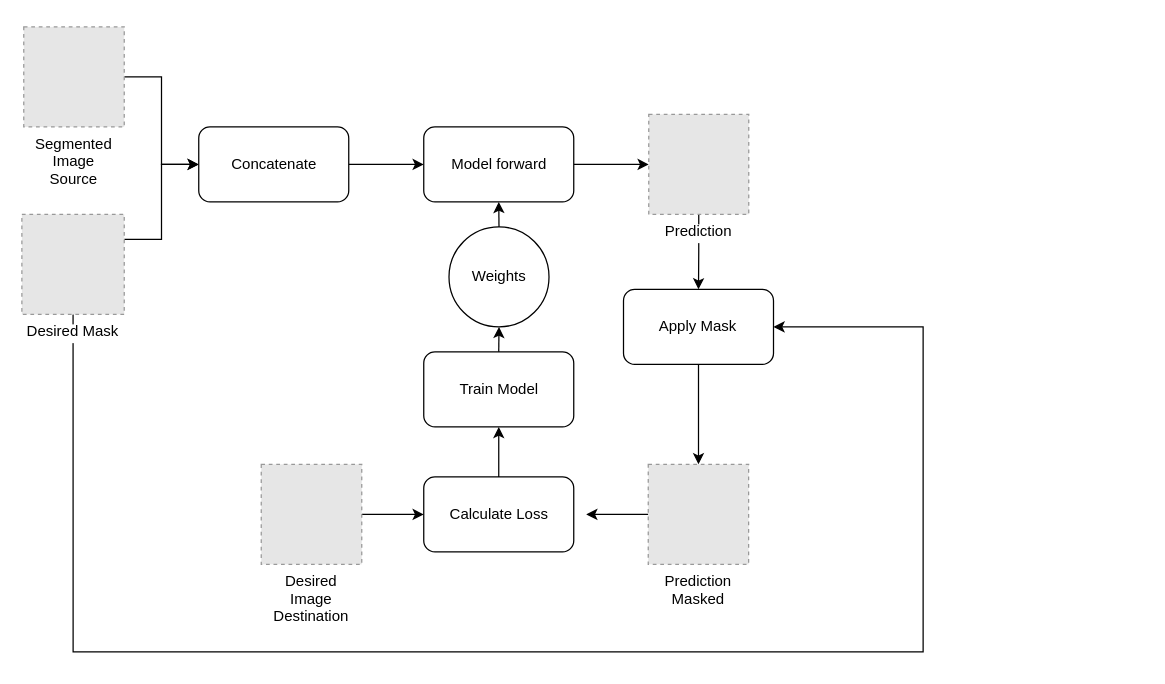
Before: page "Loss_with_mask" (1 of 3) of docs/drawings/technical_drawings.drawio in aidl-upc-2024-clothes-extractor/clothes-extractor, a draw.io diagram. Source tidied: cells renumbered, new cells numbered last; positions are measured from the earlier drawing's top-left corner, leaving out a move shared by most shapes. Both pictures are drawn from the tidied source at 125%, with x=0, y=0 at pixel (21, 26). Pictures stored in the file or linked from it are replaced by grey dashed boxes.
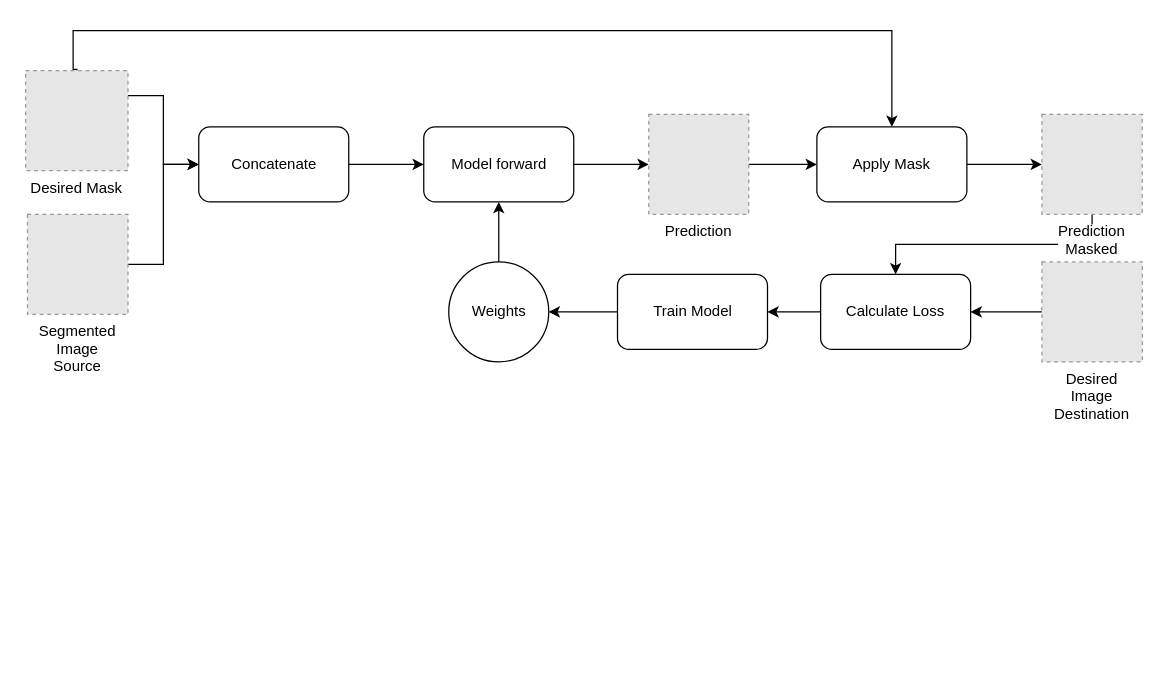
The same diagram, later.

Unchanged cells that the change refers to:
```xml
<mxCell id="8" value="Concatenate" style="rounded=1;whiteSpace=wrap;html=1;" parent="1" vertex="1">
  <mxGeometry x="141.5" y="80" width="120" height="60" as="geometry" />
</mxCell>
```

Diff of the diagram source:
```diff
@@
-    <mxCell id="2" style="edgeStyle=orthogonalEdgeStyle;rounded=0;jettySize=auto;html=1;exitX=1;exitY=0.5;exitDx=0;exitDy=0;" parent="1" edge="1" source="3" target="8">
+    <mxCell id="2" style="edgeStyle=orthogonalEdgeStyle;rounded=0;jettySize=auto;html=1;exitX=1;exitY=0.5;exitDx=0;exitDy=0;entryX=0;entryY=0.5;entryDx=0;entryDy=0;" parent="1" edge="1" source="3" target="8">
       <mxGeometry relative="1" as="geometry" />
     </mxCell>
     <mxCell id="3" value="Segmented&#10;Image&#10;Source" style="fillColor=#E6E6E6;strokeColor=#999999;dashed=1;verticalLabelPosition=bottom;labelBackgroundColor=default;verticalAlign=top;" parent="1" vertex="1">
-      <mxGeometry x="1.5" width="80.4" height="80" as="geometry" />
+      <mxGeometry x="4.5" y="150" width="80.4" height="80" as="geometry" />
     </mxCell>
-    <mxCell id="4" style="edgeStyle=orthogonalEdgeStyle;rounded=0;jettySize=auto;html=1;entryX=1;entryY=0.5;entryDx=0;entryDy=0;exitX=0.5;exitY=1;exitDx=0;exitDy=0;" parent="1" edge="1" source="6" target="16">
+    <mxCell id="4" style="edgeStyle=orthogonalEdgeStyle;rounded=0;jettySize=auto;html=1;exitX=0.5;exitY=0;exitDx=0;exitDy=0;entryX=0.5;entryY=0;entryDx=0;entryDy=0;" parent="1" edge="1" source="6" target="16">
       <mxGeometry relative="1" as="geometry">
         <Array as="points">
-          <mxPoint x="41" y="500" />
-          <mxPoint x="721" y="500" />
-          <mxPoint x="721" y="240" />
+          <mxPoint x="44" y="34" />
+          <mxPoint x="41" y="34" />
+          <mxPoint x="41" y="3" />
+          <mxPoint x="696" y="3" />
         </Array>
       </mxGeometry>
     </mxCell>
@@
     <mxCell id="6" value="Desired Mask" style="fillColor=#E6E6E6;strokeColor=#999999;dashed=1;verticalLabelPosition=bottom;labelBackgroundColor=default;verticalAlign=top;" parent="1" vertex="1">
-      <mxGeometry y="150" width="81.9" height="80" as="geometry" />
+      <mxGeometry x="3" y="35" width="81.9" height="80" as="geometry" />
     </mxCell>
@@
-    <mxCell id="13" style="edgeStyle=orthogonalEdgeStyle;rounded=0;jettySize=auto;html=1;" parent="1" edge="1" source="14">
-      <mxGeometry relative="1" as="geometry">
-        <mxPoint x="451.5" y="390" as="targetPoint" />
-      </mxGeometry>
+    <mxCell id="13" style="edgeStyle=orthogonalEdgeStyle;rounded=0;jettySize=auto;html=1;entryX=0.5;entryY=0;entryDx=0;entryDy=0;exitX=0.5;exitY=1;exitDx=0;exitDy=0;" parent="1" edge="1" source="14" target="18">
+      <mxGeometry relative="1" as="geometry" />
     </mxCell>
     <mxCell id="14" value="Prediction&#10;Masked" style="fillColor=#E6E6E6;strokeColor=#999999;dashed=1;verticalLabelPosition=bottom;labelBackgroundColor=default;verticalAlign=top;" parent="1" vertex="1">
-      <mxGeometry x="501.1" y="350" width="80.3" height="80" as="geometry" />
+      <mxGeometry x="816" y="70" width="80.3" height="80" as="geometry" />
     </mxCell>
@@
     <mxCell id="16" value="Apply Mask" style="rounded=1;whiteSpace=wrap;html=1;" parent="1" vertex="1">
-      <mxGeometry x="481.3" y="210" width="120" height="60" as="geometry" />
+      <mxGeometry x="636" y="80" width="120" height="60" as="geometry" />
     </mxCell>
-    <mxCell id="17" style="edgeStyle=orthogonalEdgeStyle;rounded=0;jettySize=auto;html=1;exitX=0.5;exitY=0;exitDx=0;exitDy=0;entryX=0.5;entryY=1;entryDx=0;entryDy=0;" parent="1" edge="1" source="18" target="22">
+    <mxCell id="17" style="edgeStyle=orthogonalEdgeStyle;rounded=0;jettySize=auto;html=1;exitX=0;exitY=0.5;exitDx=0;exitDy=0;entryX=1;entryY=0.5;entryDx=0;entryDy=0;" parent="1" edge="1" source="18" target="22">
       <mxGeometry relative="1" as="geometry" />
     </mxCell>
     <mxCell id="18" value="Calculate Loss" style="rounded=1;whiteSpace=wrap;html=1;" parent="1" vertex="1">
-      <mxGeometry x="321.5" y="360" width="120" height="60" as="geometry" />
+      <mxGeometry x="639" y="198" width="120" height="60" as="geometry" />
     </mxCell>
-    <mxCell id="19" style="edgeStyle=orthogonalEdgeStyle;rounded=0;jettySize=auto;html=1;exitX=1;exitY=0.5;exitDx=0;exitDy=0;entryX=0;entryY=0.5;entryDx=0;entryDy=0;" parent="1" edge="1" source="20" target="18">
+    <mxCell id="19" style="edgeStyle=orthogonalEdgeStyle;rounded=0;jettySize=auto;html=1;exitX=0;exitY=0.5;exitDx=0;exitDy=0;entryX=1;entryY=0.5;entryDx=0;entryDy=0;" parent="1" edge="1" source="20" target="18">
       <mxGeometry relative="1" as="geometry" />
     </mxCell>
     <mxCell id="20" value="Desired&#10;Image&#10;Destination" style="fillColor=#E6E6E6;strokeColor=#999999;dashed=1;verticalLabelPosition=bottom;labelBackgroundColor=default;verticalAlign=top;" parent="1" vertex="1">
-      <mxGeometry x="191.5" y="350" width="80.4" height="80" as="geometry" />
+      <mxGeometry x="816" y="188" width="80.4" height="80" as="geometry" />
     </mxCell>
-    <mxCell id="21" style="edgeStyle=orthogonalEdgeStyle;rounded=0;jettySize=auto;html=1;exitX=0.5;exitY=0;exitDx=0;exitDy=0;entryX=0.5;entryY=1;entryDx=0;entryDy=0;" parent="1" edge="1" source="22" target="24">
+    <mxCell id="21" style="edgeStyle=orthogonalEdgeStyle;rounded=0;jettySize=auto;html=1;exitX=0;exitY=0.5;exitDx=0;exitDy=0;entryX=1;entryY=0.5;entryDx=0;entryDy=0;" parent="1" edge="1" source="22" target="24">
       <mxGeometry relative="1" as="geometry" />
     </mxCell>
     <mxCell id="22" value="Train Model" style="rounded=1;whiteSpace=wrap;html=1;" parent="1" vertex="1">
-      <mxGeometry x="321.5" y="260" width="120" height="60" as="geometry" />
+      <mxGeometry x="476.5" y="198" width="120" height="60" as="geometry" />
     </mxCell>
@@
     <mxCell id="24" value="Weights" style="ellipse;whiteSpace=wrap;html=1;" parent="1" vertex="1">
-      <mxGeometry x="341.7" y="160" width="80" height="80" as="geometry" />
+      <mxGeometry x="341.5" y="188" width="80" height="80" as="geometry" />
     </mxCell>
```
